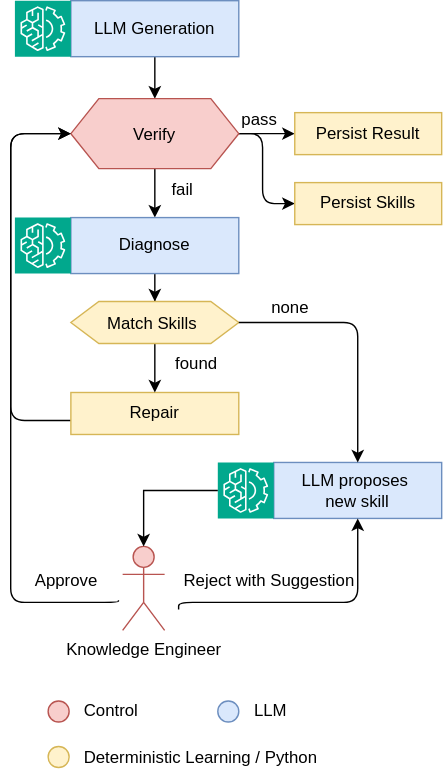
The draw.io diagram images/AgenticControlLoop.drawio.svg in Prof-it/formal-verification, before a commit. Source tidied: cells renumbered, new cells last; positions are measured from the earlier drawing's top-left corner, leaving out a move shared by most shapes.
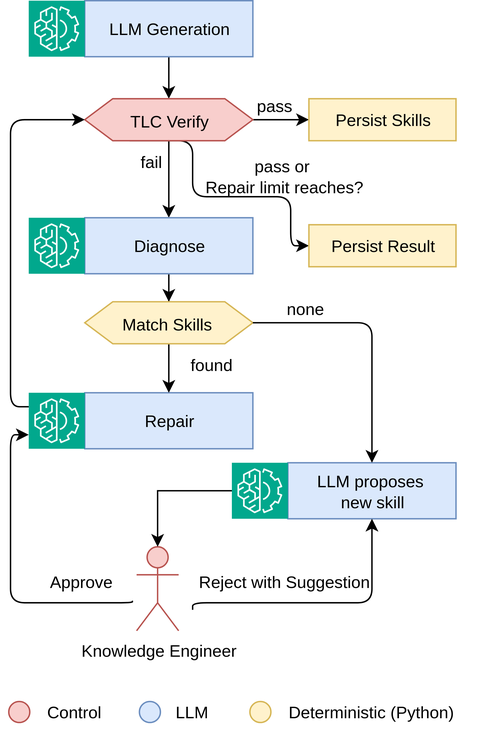
The same file after the commit.

Diff of the diagram source:
```diff
@@ -8,25 +8,27 @@
     <mxCell id="3" value="&lt;font&gt;LLM Generation&lt;/font&gt;" style="rounded=0;whiteSpace=wrap;html=1;fillColor=#dae8fc;strokeColor=#6c8ebf;" parent="1" vertex="1">
       <mxGeometry x="43" width="120" height="40" as="geometry" />
     </mxCell>
-    <mxCell id="4" style="edgeStyle=orthogonalEdgeStyle;rounded=0;jettySize=auto;html=1;" parent="1" edge="1" source="7" target="17">
-      <mxGeometry x="-0.63" relative="1" as="geometry" />
+    <mxCell id="4" style="edgeStyle=orthogonalEdgeStyle;rounded=1;jettySize=auto;html=1;curved=0;exitX=0.25;exitY=0;exitDx=0;exitDy=0;" parent="1" edge="1" source="11" target="17">
+      <mxGeometry x="0.27" relative="1" as="geometry">
+        <Array as="points">
+          <mxPoint x="120" y="100" />
+          <mxPoint x="120" y="140" />
+          <mxPoint x="190" y="140" />
+          <mxPoint x="190" y="175" />
+        </Array>
+      </mxGeometry>
     </mxCell>
     <mxCell id="5" style="edgeStyle=orthogonalEdgeStyle;rounded=0;jettySize=auto;html=1;entryX=0.5;entryY=0;entryDx=0;entryDy=0;" parent="1" edge="1" source="7" target="10">
       <mxGeometry relative="1" as="geometry" />
     </mxCell>
     <mxCell id="6" style="edgeStyle=orthogonalEdgeStyle;rounded=1;jettySize=auto;html=1;curved=0;" parent="1" edge="1" source="7" target="30">
-      <mxGeometry x="0.11" relative="1" as="geometry">
-        <Array as="points">
-          <mxPoint x="180" y="95" />
-          <mxPoint x="180" y="145" />
-        </Array>
-      </mxGeometry>
+      <mxGeometry x="0.11" relative="1" as="geometry" />
     </mxCell>
-    <mxCell id="7" value="&lt;font&gt;Verify&lt;/font&gt;" style="shape=hexagon;perimeter=hexagonPerimeter2;whiteSpace=wrap;html=1;shapeInside=1;fixedSize=1;fillColor=#f8cecc;strokeColor=#b85450;" parent="1" vertex="1">
-      <mxGeometry x="43" y="70" width="120" height="50" as="geometry" />
+    <mxCell id="7" value="&lt;font&gt;TLC Verify&lt;/font&gt;" style="shape=hexagon;perimeter=hexagonPerimeter2;whiteSpace=wrap;html=1;shapeInside=1;fixedSize=1;fillColor=#f8cecc;strokeColor=#b85450;" parent="1" vertex="1">
+      <mxGeometry x="43" y="70" width="120" height="30" as="geometry" />
     </mxCell>
     <mxCell id="8" value="pass" style="text;html=1;whiteSpace=wrap;strokeColor=none;fillColor=none;align=center;verticalAlign=middle;rounded=0;" parent="1" vertex="1">
-      <mxGeometry x="148" y="70" width="60" height="30" as="geometry" />
+      <mxGeometry x="148" y="60" width="60" height="30" as="geometry" />
     </mxCell>
     <mxCell id="9" style="edgeStyle=orthogonalEdgeStyle;rounded=0;jettySize=auto;html=1;" parent="1" edge="1" source="10" target="16">
       <mxGeometry relative="1" as="geometry" />
@@ -35,7 +37,7 @@
       <mxGeometry x="43" y="155" width="120" height="40" as="geometry" />
     </mxCell>
     <mxCell id="11" value="fail" style="text;html=1;whiteSpace=wrap;strokeColor=none;fillColor=none;align=center;verticalAlign=middle;rounded=0;" parent="1" vertex="1">
-      <mxGeometry x="93" y="120" width="60" height="30" as="geometry" />
+      <mxGeometry x="60" y="100" width="60" height="30" as="geometry" />
     </mxCell>
     <mxCell id="12" style="edgeStyle=orthogonalEdgeStyle;rounded=1;jettySize=auto;html=1;entryX=0;entryY=0.5;entryDx=0;entryDy=0;strokeColor=none;curved=0;" parent="1" edge="1" source="14" target="7">
       <mxGeometry x="-0.19" relative="1" as="geometry">
@@ -45,16 +47,16 @@
         </Array>
       </mxGeometry>
     </mxCell>
-    <mxCell id="13" style="edgeStyle=orthogonalEdgeStyle;rounded=1;jettySize=auto;html=1;entryX=0;entryY=0.5;entryDx=0;entryDy=0;curved=0;" parent="1" edge="1" source="14" target="7">
-      <mxGeometry relative="1" as="geometry">
+    <mxCell id="13" style="edgeStyle=orthogonalEdgeStyle;rounded=1;jettySize=auto;html=1;entryX=0;entryY=0.5;entryDx=0;entryDy=0;curved=0;exitX=0;exitY=0.25;exitDx=0;exitDy=0;exitPerimeter=0;" parent="1" edge="1" source="39" target="7">
+      <mxGeometry x="-0.25" relative="1" as="geometry">
         <Array as="points">
-          <mxPoint y="300" />
-          <mxPoint y="95" />
+          <mxPoint x="-10" y="290" />
+          <mxPoint x="-10" y="85" />
         </Array>
       </mxGeometry>
     </mxCell>
-    <mxCell id="14" value="Repair" style="rounded=0;whiteSpace=wrap;html=1;fillColor=#fff2cc;strokeColor=#d6b656;" parent="1" vertex="1">
-      <mxGeometry x="43" y="280" width="120" height="30" as="geometry" />
+    <mxCell id="14" value="Repair" style="rounded=0;whiteSpace=wrap;html=1;fillColor=#dae8fc;strokeColor=#6c8ebf;" parent="1" vertex="1">
+      <mxGeometry x="43" y="280" width="120" height="40" as="geometry" />
     </mxCell>
     <mxCell id="15" style="edgeStyle=orthogonalEdgeStyle;rounded=0;jettySize=auto;html=1;" parent="1" edge="1" source="16" target="14">
       <mxGeometry relative="1" as="geometry" />
@@ -63,7 +65,7 @@
       <mxGeometry x="43" y="215" width="120" height="30" as="geometry" />
     </mxCell>
     <mxCell id="17" value="Persist&amp;nbsp;&lt;span style=&quot;background-color: transparent; color: light-dark(rgb(0, 0, 0), rgb(255, 255, 255));&quot;&gt;Result&lt;/span&gt;" style="rounded=0;whiteSpace=wrap;html=1;fillColor=#fff2cc;strokeColor=#d6b656;" parent="1" vertex="1">
-      <mxGeometry x="203" y="80" width="105" height="30" as="geometry" />
+      <mxGeometry x="203" y="160" width="105" height="30" as="geometry" />
     </mxCell>
     <mxCell id="18" value="found" style="text;html=1;whiteSpace=wrap;strokeColor=none;fillColor=none;align=center;verticalAlign=middle;rounded=0;" parent="1" vertex="1">
       <mxGeometry x="103" y="245" width="60" height="30" as="geometry" />
@@ -74,13 +76,13 @@
     <mxCell id="20" style="edgeStyle=orthogonalEdgeStyle;rounded=1;jettySize=auto;html=1;entryX=0.5;entryY=0;entryDx=0;entryDy=0;exitX=1;exitY=0.5;exitDx=0;exitDy=0;curved=0;" parent="1" edge="1" source="16" target="19">
       <mxGeometry x="0.19" relative="1" as="geometry" />
     </mxCell>
-    <mxCell id="21" style="edgeStyle=orthogonalEdgeStyle;rounded=1;jettySize=auto;html=1;entryX=0;entryY=0.5;entryDx=0;entryDy=0;exitX=-0.075;exitY=0.642;exitDx=0;exitDy=0;exitPerimeter=0;curved=0;" parent="1" edge="1" target="7">
-      <mxGeometry x="0.14" relative="1" as="geometry">
+    <mxCell id="21" style="edgeStyle=orthogonalEdgeStyle;rounded=1;jettySize=auto;html=1;exitX=-0.075;exitY=0.642;exitDx=0;exitDy=0;exitPerimeter=0;curved=0;entryX=0;entryY=0.75;entryDx=0;entryDy=0;entryPerimeter=0;" parent="1" edge="1" target="39">
+      <mxGeometry x="0.07" relative="1" as="geometry">
         <mxPoint x="77" y="428.5" as="sourcePoint" />
         <Array as="points">
           <mxPoint x="77" y="430" />
-          <mxPoint y="430" />
-          <mxPoint y="95" />
+          <mxPoint x="-10" y="430" />
+          <mxPoint x="-10" y="310" />
         </Array>
       </mxGeometry>
     </mxCell>
@@ -115,28 +117,34 @@
       <mxGeometry relative="1" as="geometry" />
     </mxCell>
     <mxCell id="30" value="&lt;span style=&quot;background-color: transparent; color: light-dark(rgb(0, 0, 0), rgb(255, 255, 255));&quot;&gt;Persist Skills&lt;/span&gt;" style="rounded=0;whiteSpace=wrap;html=1;fillColor=#fff2cc;strokeColor=#d6b656;" parent="1" vertex="1">
-      <mxGeometry x="203" y="130" width="105" height="30" as="geometry" />
+      <mxGeometry x="203" y="70" width="105" height="30" as="geometry" />
     </mxCell>
     <mxCell id="31" style="sketch=0;fontColor=#232F3E;fillColor=#01A88D;strokeColor=#ffffff;dashed=0;verticalLabelPosition=bottom;verticalAlign=top;align=center;html=1;fontSize=12;fontStyle=0;shape=mxgraph.aws4.resourceIcon;resIcon=mxgraph.aws4.machine_learning;" parent="1" vertex="1">
       <mxGeometry x="3" y="155" width="40" height="40" as="geometry" />
     </mxCell>
     <mxCell id="32" style="ellipse;whiteSpace=wrap;html=1;shapeInside=1;fillColor=#f8cecc;strokeColor=#b85450;" parent="1" vertex="1">
-      <mxGeometry x="26.8" y="500.5" width="15" height="15" as="geometry" />
+      <mxGeometry x="-11.2" y="500.5" width="15" height="15" as="geometry" />
     </mxCell>
     <mxCell id="33" value="Control" style="text;html=1;whiteSpace=wrap;strokeColor=none;fillColor=none;align=center;verticalAlign=middle;rounded=0;" parent="1" vertex="1">
-      <mxGeometry x="41.8" y="493" width="60" height="30" as="geometry" />
+      <mxGeometry x="5" y="493" width="60" height="30" as="geometry" />
     </mxCell>
     <mxCell id="34" style="ellipse;whiteSpace=wrap;html=1;shapeInside=1;fillColor=#fff2cc;strokeColor=#d6b656;" parent="1" vertex="1">
-      <mxGeometry x="26.8" y="533" width="15" height="15" as="geometry" />
+      <mxGeometry x="160.9" y="500.5" width="15" height="15" as="geometry" />
     </mxCell>
-    <mxCell id="35" value="Deterministic Learning / Python" style="text;html=1;whiteSpace=wrap;strokeColor=none;fillColor=none;align=center;verticalAlign=middle;rounded=0;" parent="1" vertex="1">
-      <mxGeometry x="41.8" y="525.5" width="188.2" height="30" as="geometry" />
+    <mxCell id="35" value="Deterministic (Python)" style="text;html=1;whiteSpace=wrap;strokeColor=none;fillColor=none;align=center;verticalAlign=middle;rounded=0;" parent="1" vertex="1">
+      <mxGeometry x="153.9" y="493" width="188.2" height="30" as="geometry" />
     </mxCell>
     <mxCell id="36" style="ellipse;whiteSpace=wrap;html=1;shapeInside=1;fillColor=#dae8fc;strokeColor=#6c8ebf;" parent="1" vertex="1">
-      <mxGeometry x="148" y="500.5" width="15" height="15" as="geometry" />
+      <mxGeometry x="82" y="500.5" width="15" height="15" as="geometry" />
     </mxCell>
     <mxCell id="37" value="LLM" style="text;html=1;whiteSpace=wrap;strokeColor=none;fillColor=none;align=center;verticalAlign=middle;rounded=0;" parent="1" vertex="1">
-      <mxGeometry x="155.5" y="493" width="60" height="30" as="geometry" />
+      <mxGeometry x="89.5" y="493" width="60" height="30" as="geometry" />
     </mxCell>
+    <mxCell id="38" value="pass or&amp;nbsp;&lt;div&gt;Repair limit reaches?&lt;/div&gt;" style="text;html=1;whiteSpace=wrap;strokeColor=none;fillColor=none;align=center;verticalAlign=middle;rounded=0;" parent="1" vertex="1">
+      <mxGeometry x="120.5" y="110" width="130" height="30" as="geometry" />
+    </mxCell>
+    <mxCell id="39" style="sketch=0;points=[[0,0,0],[0.25,0,0],[0.5,0,0],[0.75,0,0],[1,0,0],[0,1,0],[0.25,1,0],[0.5,1,0],[0.75,1,0],[1,1,0],[0,0.25,0],[0,0.5,0],[0,0.75,0],[1,0.25,0],[1,0.5,0],[1,0.75,0]];outlineConnect=0;fontColor=#232F3E;fillColor=#01A88D;strokeColor=#ffffff;dashed=0;verticalLabelPosition=bottom;verticalAlign=top;align=center;html=1;fontSize=12;fontStyle=0;shape=mxgraph.aws4.resourceIcon;resIcon=mxgraph.aws4.machine_learning;" parent="1" vertex="1">
+      <mxGeometry x="3" y="280" width="40" height="40" as="geometry" />
+    </mxCell>
   </root>
 </mxGraphModel>
```
